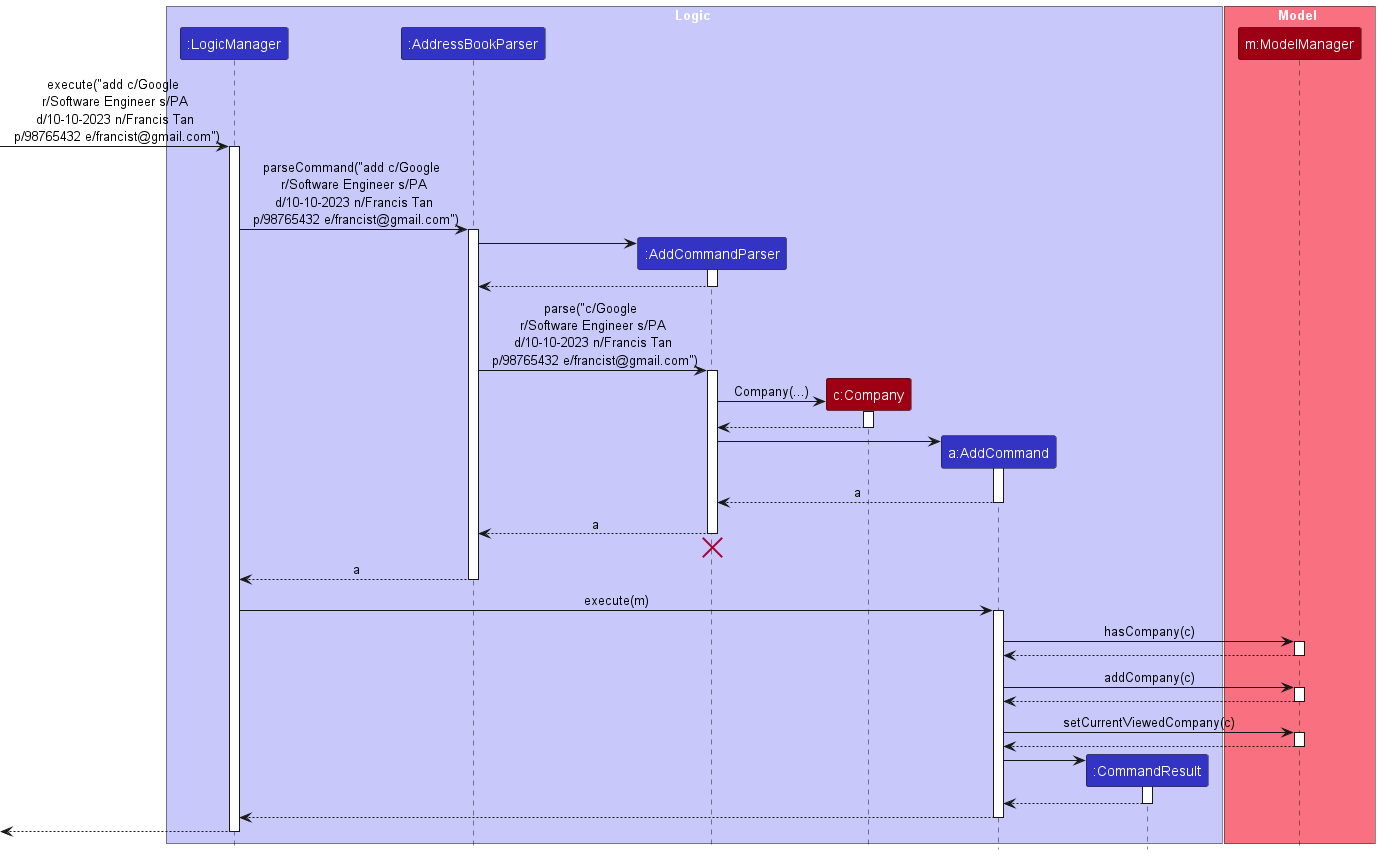
The PlantUML diagram docs/images/AddSequenceDiagram.png in AY2324S1-CS2103T-T17-2/tp, before a commit.
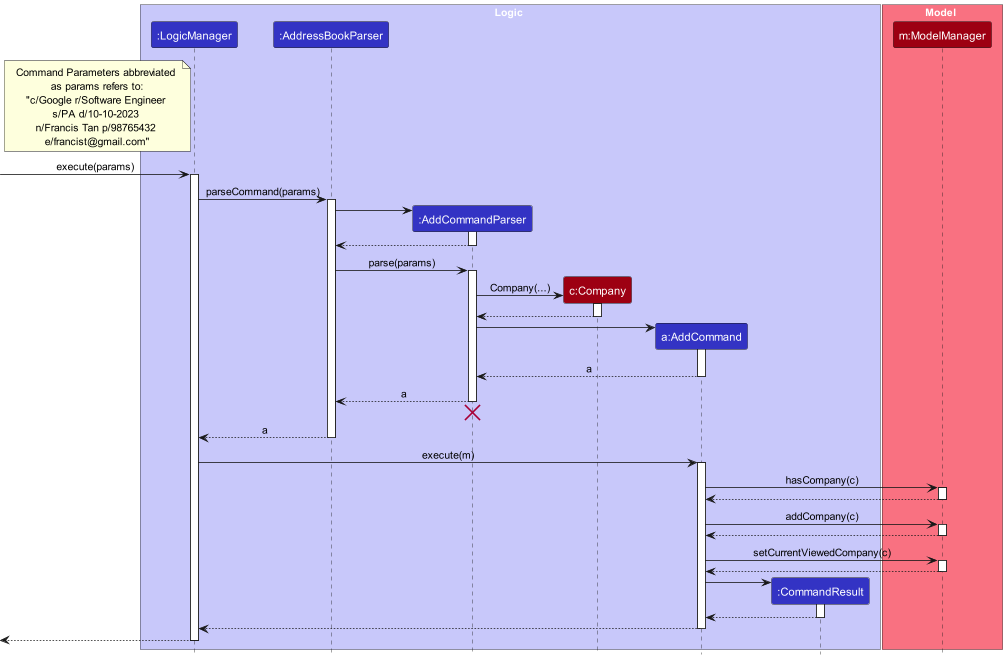
Later version of the same file.

What changed in the source:
```diff
@@ -17,10 +17,19 @@
 participant "m:ModelManager" as Model MODEL_COLOR
 end box
 
-[-> LogicManager : execute("add c/Google \n r/Software Engineer s/PA \n d/10-10-2023 n/Francis Tan \n p/98765432 e/francist@gmail.com")
+note left of LogicManager
+  Command Parameters abbreviated
+  as params refers to:
+  "c/Google r/Software Engineer
+  s/PA d/10-10-2023
+  n/Francis Tan p/98765432
+  e/francist@gmail.com"
+end note
+
+[-> LogicManager : execute(params)
 activate LogicManager
 
-LogicManager -> AddressBookParser : parseCommand("add c/Google \n r/Software Engineer s/PA \n d/10-10-2023 n/Francis Tan \n p/98765432 e/francist@gmail.com")
+LogicManager -> AddressBookParser : parseCommand(params)
 activate AddressBookParser
 
 create AddCommandParser
@@ -30,7 +39,7 @@
 AddCommandParser --> AddressBookParser
 deactivate AddCommandParser
 
-AddressBookParser -> AddCommandParser : parse("c/Google \n r/Software Engineer s/PA \n d/10-10-2023 n/Francis Tan \n p/98765432 e/francist@gmail.com")
+AddressBookParser -> AddCommandParser : parse(params)
 activate AddCommandParser
 
 create Company
```
